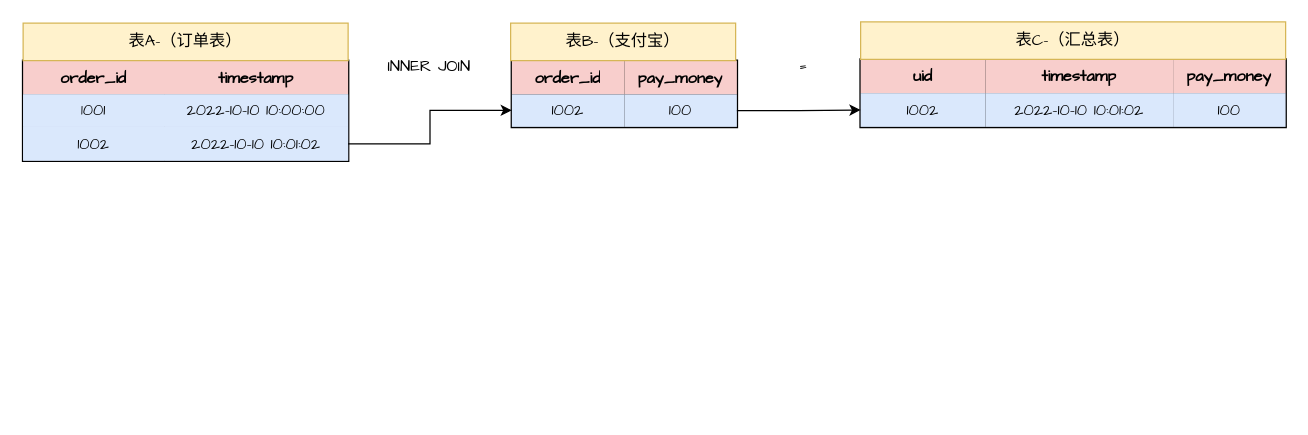
The draw.io diagram page "普通 Join - Inner Join的执行流程" (3 of 7) of Drawio/Flink SQL.drawio in xinzhuxiansheng/blog-notes, before the edit. Source tidied: cells renumbered, new cells numbered last; positions are measured from the earlier drawing's top-left corner, leaving out a move shared by most shapes. Both pictures are drawn from the tidied source at 125%, with x=0, y=0 at pixel (22, 21).
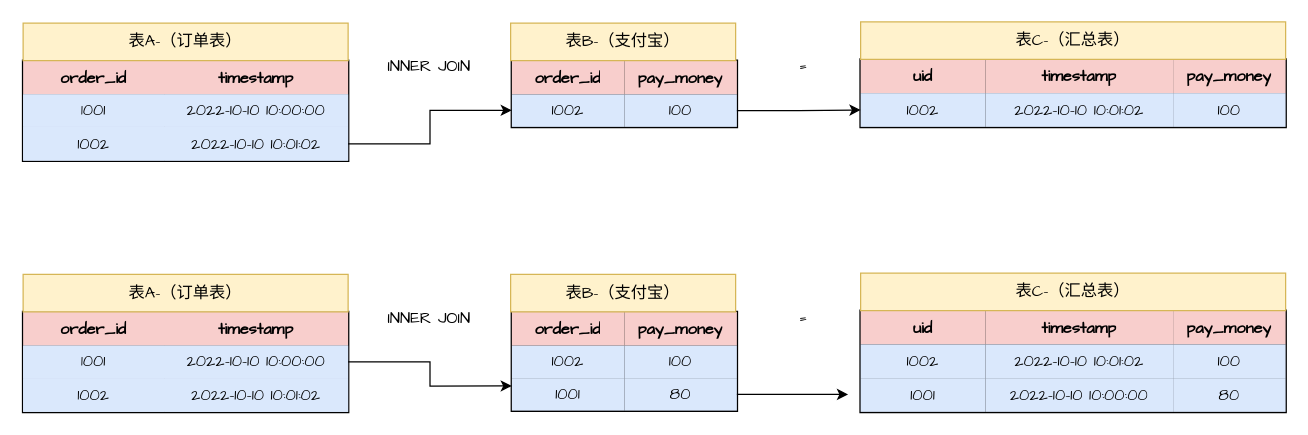
The same page after the edit.

The edit, as a diff of the source:
```diff
@@
+    <mxCell id="35" style="shape=table;html=1;whiteSpace=wrap;startSize=0;childLayout=tableLayout;strokeWidth=2;fontFamily=Comic Sans MS;fontSize=13;" parent="1" vertex="1">
+      <mxGeometry y="232" width="260" height="80" as="geometry" />
+    </mxCell>
+    <mxCell id="36" style="shape=tableRow;horizontal=0;startSize=0;swimlaneHead=0;swimlaneBody=0;top=0;left=0;bottom=0;right=0;fillColor=#f8cecc;strokeColor=#b85450;fontFamily=Comic Sans MS;fontSize=13;" parent="35" vertex="1">
+      <mxGeometry width="260" height="27" as="geometry" />
+    </mxCell>
+    <mxCell id="37" value="order_id" style="shape=partialRectangle;html=1;whiteSpace=wrap;fillColor=none;top=0;left=0;bottom=0;right=0;overflow=hidden;fontStyle=1;fontFamily=Comic Sans MS;fontSize=13;" parent="36" vertex="1">
+      <mxGeometry width="113" height="27" as="geometry" />
+    </mxCell>
+    <mxCell id="38" value="timestamp" style="shape=partialRectangle;html=1;whiteSpace=wrap;fillColor=none;top=0;left=0;bottom=0;right=0;overflow=hidden;fontStyle=1;fontFamily=Comic Sans MS;fontSize=13;" parent="36" vertex="1">
+      <mxGeometry x="113" width="147" height="27" as="geometry" />
+    </mxCell>
+    <mxCell id="39" style="shape=tableRow;horizontal=0;startSize=0;swimlaneHead=0;swimlaneBody=0;top=0;left=0;bottom=0;right=0;fillColor=#dae8fc;points=[[0,0.5],[1,0.5]];portConstraint=eastwest;strokeColor=#6c8ebf;fontFamily=Comic Sans MS;fontSize=13;" parent="35" vertex="1">
+      <mxGeometry y="27" width="260" height="26" as="geometry" />
+    </mxCell>
+    <mxCell id="40" value="1001" style="shape=partialRectangle;html=1;whiteSpace=wrap;fillColor=#dae8fc;top=0;left=0;bottom=0;right=0;overflow=hidden;strokeColor=#6c8ebf;fontFamily=Comic Sans MS;fontSize=13;" parent="39" vertex="1">
+      <mxGeometry width="113" height="26" as="geometry" />
+    </mxCell>
+    <mxCell id="41" value="2022-10-10 10:00:00" style="shape=partialRectangle;html=1;whiteSpace=wrap;fillColor=#dae8fc;top=0;left=0;bottom=0;right=0;overflow=hidden;strokeColor=#6c8ebf;fontFamily=Comic Sans MS;fontSize=13;" parent="39" vertex="1">
+      <mxGeometry x="113" width="147" height="26" as="geometry" />
+    </mxCell>
+    <mxCell id="42" style="shape=tableRow;horizontal=0;startSize=0;swimlaneHead=0;swimlaneBody=0;top=0;left=0;bottom=0;right=0;fillColor=#dae8fc;strokeColor=#6c8ebf;fontFamily=Comic Sans MS;fontSize=13;" parent="35" vertex="1">
+      <mxGeometry y="53" width="260" height="27" as="geometry" />
+    </mxCell>
+    <mxCell id="43" value="1002" style="shape=partialRectangle;html=1;whiteSpace=wrap;fillColor=#dae8fc;top=0;left=0;bottom=0;right=0;overflow=hidden;strokeColor=#6c8ebf;fontFamily=Comic Sans MS;fontSize=13;" parent="42" vertex="1">
+      <mxGeometry width="113" height="27" as="geometry" />
+    </mxCell>
+    <mxCell id="44" value="2022-10-10 10:01:02" style="shape=partialRectangle;html=1;whiteSpace=wrap;fillColor=#dae8fc;top=0;left=0;bottom=0;right=0;overflow=hidden;strokeColor=#6c8ebf;fontFamily=Comic Sans MS;fontSize=13;" parent="42" vertex="1">
+      <mxGeometry x="113" width="147" height="27" as="geometry" />
+    </mxCell>
+    <mxCell id="45" value="表A-（订单表）" style="rounded=0;whiteSpace=wrap;html=1;fillColor=#fff2cc;strokeColor=#d6b656;fontFamily=Comic Sans MS;fontSize=13;" parent="1" vertex="1">
+      <mxGeometry y="202" width="260" height="30" as="geometry" />
+    </mxCell>
+    <mxCell id="46" style="shape=table;html=1;whiteSpace=wrap;startSize=0;childLayout=tableLayout;strokeWidth=2;fontFamily=Comic Sans MS;fontSize=13;" parent="1" vertex="1">
+      <mxGeometry x="391" y="232" width="180" height="79" as="geometry" />
+    </mxCell>
+    <mxCell id="47" style="shape=tableRow;horizontal=0;startSize=0;swimlaneHead=0;swimlaneBody=0;top=0;left=0;bottom=0;right=0;fillColor=none;fontFamily=Comic Sans MS;fontSize=13;" parent="46" vertex="1">
+      <mxGeometry width="180" height="27" as="geometry" />
+    </mxCell>
+    <mxCell id="48" value="order_id" style="shape=partialRectangle;html=1;whiteSpace=wrap;fillColor=#f8cecc;top=0;left=0;bottom=0;right=0;overflow=hidden;fontStyle=1;strokeColor=#b85450;fontFamily=Comic Sans MS;fontSize=13;" parent="47" vertex="1">
+      <mxGeometry width="90" height="27" as="geometry" />
+    </mxCell>
+    <mxCell id="49" value="pay_money" style="shape=partialRectangle;html=1;whiteSpace=wrap;fillColor=#f8cecc;top=0;left=0;bottom=0;right=0;overflow=hidden;fontStyle=1;strokeColor=#b85450;fontFamily=Comic Sans MS;fontSize=13;" parent="47" vertex="1">
+      <mxGeometry x="90" width="90" height="27" as="geometry" />
+    </mxCell>
+    <mxCell id="50" style="shape=tableRow;horizontal=0;startSize=0;swimlaneHead=0;swimlaneBody=0;top=0;left=0;bottom=0;right=0;fillColor=none;fontFamily=Comic Sans MS;fontSize=13;" parent="46" vertex="1">
+      <mxGeometry y="27" width="180" height="26" as="geometry" />
+    </mxCell>
+    <mxCell id="51" value="1002" style="shape=partialRectangle;html=1;whiteSpace=wrap;fillColor=#dae8fc;top=0;left=0;bottom=0;right=0;overflow=hidden;strokeColor=#6c8ebf;fontFamily=Comic Sans MS;fontSize=13;" parent="50" vertex="1">
+      <mxGeometry width="90" height="26" as="geometry" />
+    </mxCell>
+    <mxCell id="52" value="100" style="shape=partialRectangle;html=1;whiteSpace=wrap;fillColor=#dae8fc;top=0;left=0;bottom=0;right=0;overflow=hidden;strokeColor=#6c8ebf;fontFamily=Comic Sans MS;fontSize=13;" parent="50" vertex="1">
+      <mxGeometry x="90" width="90" height="26" as="geometry" />
+    </mxCell>
+    <mxCell id="53" style="shape=tableRow;horizontal=0;startSize=0;swimlaneHead=0;swimlaneBody=0;top=0;left=0;bottom=0;right=0;fillColor=none;points=[[0,0.5],[1,0.5]];portConstraint=eastwest;fontFamily=Comic Sans MS;fontSize=13;" parent="46" vertex="1">
+      <mxGeometry y="53" width="180" height="26" as="geometry" />
+    </mxCell>
+    <mxCell id="54" value="1001" style="shape=partialRectangle;html=1;whiteSpace=wrap;fillColor=#dae8fc;top=0;left=0;bottom=0;right=0;overflow=hidden;strokeColor=#6c8ebf;fontFamily=Comic Sans MS;fontSize=13;" parent="53" vertex="1">
+      <mxGeometry width="90" height="26" as="geometry" />
+    </mxCell>
+    <mxCell id="55" value="80" style="shape=partialRectangle;html=1;whiteSpace=wrap;fillColor=#dae8fc;top=0;left=0;bottom=0;right=0;overflow=hidden;strokeColor=#6c8ebf;fontFamily=Comic Sans MS;fontSize=13;" parent="53" vertex="1">
+      <mxGeometry x="90" width="90" height="26" as="geometry" />
+    </mxCell>
+    <mxCell id="56" value="表B-（支付宝）" style="rounded=0;whiteSpace=wrap;html=1;fillColor=#fff2cc;strokeColor=#d6b656;fontFamily=Comic Sans MS;fontSize=13;" parent="1" vertex="1">
+      <mxGeometry x="390" y="202" width="180" height="30" as="geometry" />
+    </mxCell>
+    <mxCell id="57" style="shape=table;html=1;whiteSpace=wrap;startSize=0;childLayout=tableLayout;strokeWidth=2;fontFamily=Comic Sans MS;fontSize=13;" parent="1" vertex="1">
+      <mxGeometry x="670" y="231" width="340" height="81" as="geometry" />
+    </mxCell>
+    <mxCell id="58" style="shape=tableRow;horizontal=0;startSize=0;swimlaneHead=0;swimlaneBody=0;top=0;left=0;bottom=0;right=0;fillColor=none;fontFamily=Comic Sans MS;fontSize=13;" parent="57" vertex="1">
+      <mxGeometry width="340" height="27" as="geometry" />
+    </mxCell>
+    <mxCell id="59" value="uid" style="shape=partialRectangle;html=1;whiteSpace=wrap;fillColor=#f8cecc;top=0;left=0;bottom=0;right=0;overflow=hidden;fontStyle=1;strokeColor=#b85450;fontFamily=Comic Sans MS;fontSize=13;" parent="58" vertex="1">
+      <mxGeometry width="100" height="27" as="geometry" />
+    </mxCell>
+    <mxCell id="60" value="timestamp" style="shape=partialRectangle;html=1;whiteSpace=wrap;fillColor=#f8cecc;top=0;left=0;bottom=0;right=0;overflow=hidden;fontStyle=1;strokeColor=#b85450;fontFamily=Comic Sans MS;fontSize=13;" parent="58" vertex="1">
+      <mxGeometry x="100" width="150" height="27" as="geometry" />
+    </mxCell>
+    <mxCell id="61" value="pay_money" style="shape=partialRectangle;html=1;whiteSpace=wrap;fillColor=#f8cecc;top=0;left=0;bottom=0;right=0;overflow=hidden;fontStyle=1;strokeColor=#b85450;fontFamily=Comic Sans MS;fontSize=13;" parent="58" vertex="1">
+      <mxGeometry x="250" width="90" height="27" as="geometry" />
+    </mxCell>
+    <mxCell id="62" style="shape=tableRow;horizontal=0;startSize=0;swimlaneHead=0;swimlaneBody=0;top=0;left=0;bottom=0;right=0;fillColor=none;fontFamily=Comic Sans MS;fontSize=13;" parent="57" vertex="1">
+      <mxGeometry y="27" width="340" height="27" as="geometry" />
+    </mxCell>
+    <mxCell id="63" value="1002" style="shape=partialRectangle;html=1;whiteSpace=wrap;fillColor=#dae8fc;top=0;left=0;bottom=0;right=0;overflow=hidden;strokeColor=#6c8ebf;fontFamily=Comic Sans MS;fontSize=13;" parent="62" vertex="1">
+      <mxGeometry width="100" height="27" as="geometry" />
+    </mxCell>
+    <mxCell id="64" value="2022-10-10 10:01:02" style="shape=partialRectangle;html=1;whiteSpace=wrap;fillColor=#dae8fc;top=0;left=0;bottom=0;right=0;overflow=hidden;strokeColor=#6c8ebf;fontFamily=Comic Sans MS;fontSize=13;" parent="62" vertex="1">
+      <mxGeometry x="100" width="150" height="27" as="geometry" />
+    </mxCell>
+    <mxCell id="65" value="100" style="shape=partialRectangle;html=1;whiteSpace=wrap;fillColor=#dae8fc;top=0;left=0;bottom=0;right=0;overflow=hidden;strokeColor=#6c8ebf;fontFamily=Comic Sans MS;fontSize=13;" parent="62" vertex="1">
+      <mxGeometry x="250" width="90" height="27" as="geometry" />
+    </mxCell>
+    <mxCell id="66" style="shape=tableRow;horizontal=0;startSize=0;swimlaneHead=0;swimlaneBody=0;top=0;left=0;bottom=0;right=0;fillColor=none;fontFamily=Comic Sans MS;fontSize=13;" parent="57" vertex="1">
+      <mxGeometry y="54" width="340" height="27" as="geometry" />
+    </mxCell>
+    <mxCell id="67" value="1001" style="shape=partialRectangle;html=1;whiteSpace=wrap;fillColor=#dae8fc;top=0;left=0;bottom=0;right=0;overflow=hidden;strokeColor=#6c8ebf;fontFamily=Comic Sans MS;fontSize=13;" parent="66" vertex="1">
+      <mxGeometry width="100" height="27" as="geometry" />
+    </mxCell>
+    <mxCell id="68" value="2022-10-10 10:00:00" style="shape=partialRectangle;html=1;whiteSpace=wrap;fillColor=#dae8fc;top=0;left=0;bottom=0;right=0;overflow=hidden;strokeColor=#6c8ebf;fontFamily=Comic Sans MS;fontSize=13;" parent="66" vertex="1">
+      <mxGeometry x="100" width="150" height="27" as="geometry" />
+    </mxCell>
+    <mxCell id="69" value="80" style="shape=partialRectangle;html=1;whiteSpace=wrap;fillColor=#dae8fc;top=0;left=0;bottom=0;right=0;overflow=hidden;strokeColor=#6c8ebf;fontFamily=Comic Sans MS;fontSize=13;" parent="66" vertex="1">
+      <mxGeometry x="250" width="90" height="27" as="geometry" />
+    </mxCell>
+    <mxCell id="70" value="表C-（汇总表）" style="rounded=0;whiteSpace=wrap;html=1;fillColor=#fff2cc;strokeColor=#d6b656;fontFamily=Comic Sans MS;fontSize=13;" parent="1" vertex="1">
+      <mxGeometry x="670" y="201" width="340" height="30" as="geometry" />
+    </mxCell>
+    <mxCell id="71" value="INNER JOIN" style="text;html=1;strokeColor=none;fillColor=none;align=center;verticalAlign=middle;whiteSpace=wrap;rounded=0;fontFamily=Comic Sans MS;fontSize=13;" parent="1" vertex="1">
+      <mxGeometry x="280" y="222" width="90" height="30" as="geometry" />
+    </mxCell>
+    <mxCell id="72" value="=" style="text;html=1;strokeColor=none;fillColor=none;align=center;verticalAlign=middle;whiteSpace=wrap;rounded=0;fontFamily=Comic Sans MS;fontSize=13;" parent="1" vertex="1">
+      <mxGeometry x="600" y="222" width="49" height="30" as="geometry" />
+    </mxCell>
+    <mxCell id="73" style="edgeStyle=orthogonalEdgeStyle;rounded=0;jettySize=auto;html=1;entryX=0;entryY=0.75;entryDx=0;entryDy=0;" parent="1" edge="1" source="39" target="46">
+      <mxGeometry relative="1" as="geometry" />
+    </mxCell>
+    <mxCell id="74" style="edgeStyle=orthogonalEdgeStyle;rounded=0;jettySize=auto;html=1;" parent="1" edge="1" source="53">
+      <mxGeometry relative="1" as="geometry">
+        <mxPoint x="660" y="298" as="targetPoint" />
+      </mxGeometry>
+    </mxCell>
```
